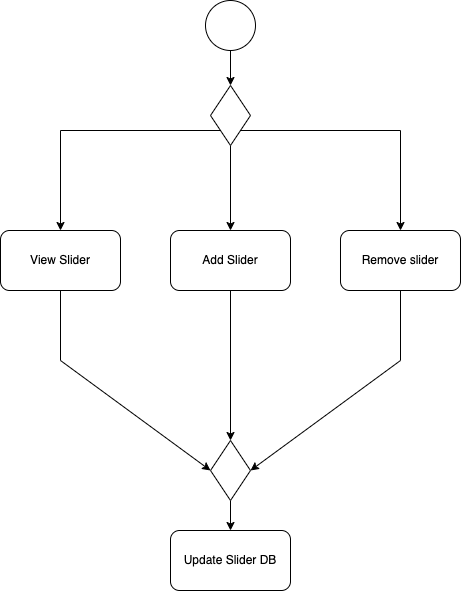
Above: drawio/activityDiagram/activityDiagram_werknemer.drawio.png in Naraquoth/nerdygadgets (draw.io), before the change. Source tidied: cells renumbered, new cells last; positions are measured from the earlier drawing's top-left corner, leaving out a move shared by most shapes. Its diagram source:
```xml
<mxGraphModel>
  <root>
    <mxCell id="0" />
    <mxCell id="1" parent="0" />
    <mxCell id="2" style="edgeStyle=none;html=1;" parent="1" edge="1" source="3" target="7">
      <mxGeometry relative="1" as="geometry" />
    </mxCell>
    <mxCell id="3" style="ellipse;whiteSpace=wrap;html=1;" parent="1" vertex="1">
      <mxGeometry x="205" width="50" height="50" as="geometry" />
    </mxCell>
    <mxCell id="4" style="edgeStyle=none;rounded=0;html=1;exitX=0.5;exitY=1;exitDx=0;exitDy=0;entryX=0.5;entryY=0;entryDx=0;entryDy=0;" parent="1" edge="1" source="7" target="9">
      <mxGeometry relative="1" as="geometry">
        <Array as="points">
          <mxPoint x="230" y="145" />
        </Array>
      </mxGeometry>
    </mxCell>
    <mxCell id="5" style="edgeStyle=none;rounded=0;html=1;exitX=1;exitY=1;exitDx=0;exitDy=0;entryX=0.5;entryY=0;entryDx=0;entryDy=0;" parent="1" edge="1" source="7" target="11">
      <mxGeometry relative="1" as="geometry">
        <Array as="points">
          <mxPoint x="400" y="130" />
        </Array>
      </mxGeometry>
    </mxCell>
    <mxCell id="6" style="edgeStyle=none;rounded=0;html=1;exitX=0;exitY=1;exitDx=0;exitDy=0;entryX=0.5;entryY=0;entryDx=0;entryDy=0;" parent="1" edge="1" source="7" target="16">
      <mxGeometry relative="1" as="geometry">
        <Array as="points">
          <mxPoint x="60" y="130" />
        </Array>
      </mxGeometry>
    </mxCell>
    <mxCell id="7" style="rhombus;whiteSpace=wrap;html=1;" parent="1" vertex="1">
      <mxGeometry x="210" y="85" width="40" height="60" as="geometry" />
    </mxCell>
    <mxCell id="8" style="edgeStyle=none;rounded=0;html=1;" parent="1" edge="1" source="9" target="13">
      <mxGeometry relative="1" as="geometry" />
    </mxCell>
    <mxCell id="9" value="Add Slider" style="whiteSpace=wrap;html=1;rounded=1;" parent="1" vertex="1">
      <mxGeometry x="170" y="230" width="120" height="60" as="geometry" />
    </mxCell>
    <mxCell id="10" style="edgeStyle=none;rounded=0;html=1;exitX=0.5;exitY=1;exitDx=0;exitDy=0;entryX=1;entryY=0.5;entryDx=0;entryDy=0;" parent="1" edge="1" source="11" target="13">
      <mxGeometry relative="1" as="geometry">
        <Array as="points">
          <mxPoint x="400" y="360" />
        </Array>
      </mxGeometry>
    </mxCell>
    <mxCell id="11" value="Remove slider" style="whiteSpace=wrap;html=1;rounded=1;" parent="1" vertex="1">
      <mxGeometry x="340" y="230" width="120" height="60" as="geometry" />
    </mxCell>
    <mxCell id="12" style="edgeStyle=none;rounded=0;html=1;" parent="1" edge="1" source="13" target="14">
      <mxGeometry relative="1" as="geometry" />
    </mxCell>
    <mxCell id="13" style="rhombus;whiteSpace=wrap;html=1;" parent="1" vertex="1">
      <mxGeometry x="210" y="440" width="40" height="60" as="geometry" />
    </mxCell>
    <mxCell id="14" value="Update Slider DB" style="rounded=1;whiteSpace=wrap;html=1;" parent="1" vertex="1">
      <mxGeometry x="170" y="530" width="120" height="60" as="geometry" />
    </mxCell>
    <mxCell id="15" style="edgeStyle=none;rounded=0;html=1;exitX=0.5;exitY=1;exitDx=0;exitDy=0;entryX=0;entryY=0.5;entryDx=0;entryDy=0;" parent="1" edge="1" source="16" target="13">
      <mxGeometry relative="1" as="geometry">
        <Array as="points">
          <mxPoint x="60" y="360" />
        </Array>
      </mxGeometry>
    </mxCell>
    <mxCell id="16" value="View Slider" style="rounded=1;whiteSpace=wrap;html=1;" parent="1" vertex="1">
      <mxGeometry y="230" width="120" height="60" as="geometry" />
    </mxCell>
  </root>
</mxGraphModel>
```
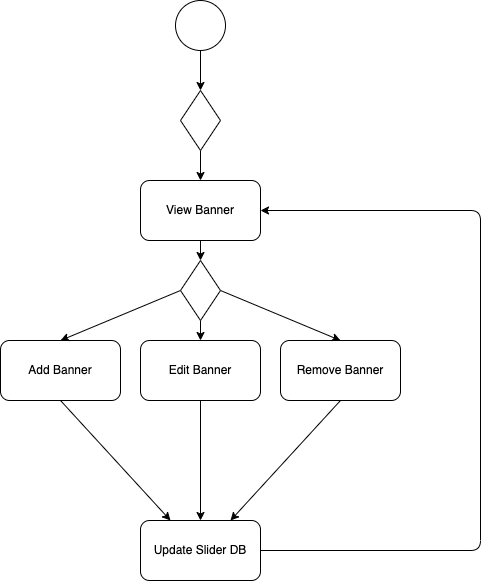
The same diagram one commit later.

Commit message:
activity diagram update

The edit, as a diff of the source:
```diff
@@ -6,66 +6,60 @@
       <mxGeometry relative="1" as="geometry" />
     </mxCell>
     <mxCell id="3" style="ellipse;whiteSpace=wrap;html=1;" parent="1" vertex="1">
-      <mxGeometry x="205" width="50" height="50" as="geometry" />
+      <mxGeometry x="195" width="50" height="50" as="geometry" />
     </mxCell>
-    <mxCell id="4" style="edgeStyle=none;rounded=0;html=1;exitX=0.5;exitY=1;exitDx=0;exitDy=0;entryX=0.5;entryY=0;entryDx=0;entryDy=0;" parent="1" edge="1" source="7" target="9">
-      <mxGeometry relative="1" as="geometry">
-        <Array as="points">
-          <mxPoint x="230" y="145" />
-        </Array>
-      </mxGeometry>
-    </mxCell>
-    <mxCell id="5" style="edgeStyle=none;rounded=0;html=1;exitX=1;exitY=1;exitDx=0;exitDy=0;entryX=0.5;entryY=0;entryDx=0;entryDy=0;" parent="1" edge="1" source="7" target="11">
-      <mxGeometry relative="1" as="geometry">
-        <Array as="points">
-          <mxPoint x="400" y="130" />
-        </Array>
-      </mxGeometry>
-    </mxCell>
+    <mxCell id="17" style="edgeStyle=none;html=1;exitX=0.5;exitY=1;exitDx=0;exitDy=0;entryX=0.5;entryY=0;entryDx=0;entryDy=0;" parent="1" edge="1" source="7" target="16">
+      <mxGeometry relative="1" as="geometry" />
+    </mxCell>
+    <mxCell id="7" style="rhombus;whiteSpace=wrap;html=1;" parent="1" vertex="1">
+      <mxGeometry x="200" y="90" width="40" height="60" as="geometry" />
+    </mxCell>
+    <mxCell id="18" style="edgeStyle=none;html=1;exitX=0.5;exitY=1;exitDx=0;exitDy=0;entryX=0.25;entryY=0;entryDx=0;entryDy=0;" parent="1" edge="1" source="9" target="14">
+      <mxGeometry relative="1" as="geometry" />
+    </mxCell>
+    <mxCell id="9" value="Add Banner" style="whiteSpace=wrap;html=1;rounded=1;" parent="1" vertex="1">
+      <mxGeometry x="20" y="340" width="120" height="60" as="geometry" />
+    </mxCell>
+    <mxCell id="19" style="edgeStyle=none;html=1;exitX=0.5;exitY=1;exitDx=0;exitDy=0;entryX=0.75;entryY=0;entryDx=0;entryDy=0;" parent="1" edge="1" source="11" target="14">
+      <mxGeometry relative="1" as="geometry" />
+    </mxCell>
+    <mxCell id="11" value="Remove Banner" style="whiteSpace=wrap;html=1;rounded=1;" parent="1" vertex="1">
+      <mxGeometry x="300" y="340" width="120" height="60" as="geometry" />
+    </mxCell>
+    <mxCell id="20" style="edgeStyle=none;html=1;exitX=1;exitY=0.5;exitDx=0;exitDy=0;entryX=1;entryY=0.5;entryDx=0;entryDy=0;" parent="1" edge="1" source="14" target="16">
+      <mxGeometry relative="1" as="geometry">
+        <Array as="points">
+          <mxPoint x="500" y="550" />
+          <mxPoint x="500" y="210" />
+        </Array>
+      </mxGeometry>
+    </mxCell>
+    <mxCell id="14" value="Update Slider DB" style="rounded=1;whiteSpace=wrap;html=1;" parent="1" vertex="1">
+      <mxGeometry x="160" y="520" width="120" height="60" as="geometry" />
+    </mxCell>
+    <mxCell id="21" style="edgeStyle=none;html=1;exitX=0.5;exitY=1;exitDx=0;exitDy=0;entryX=0.5;entryY=0;entryDx=0;entryDy=0;" parent="1" edge="1" source="16" target="6">
+      <mxGeometry relative="1" as="geometry" />
+    </mxCell>
+    <mxCell id="16" value="View Banner" style="rounded=1;whiteSpace=wrap;html=1;" parent="1" vertex="1">
+      <mxGeometry x="160" y="180" width="120" height="60" as="geometry" />
+    </mxCell>
+    <mxCell id="22" style="edgeStyle=none;html=1;exitX=0;exitY=0.5;exitDx=0;exitDy=0;entryX=0.5;entryY=0;entryDx=0;entryDy=0;" parent="1" edge="1" source="6" target="9">
+      <mxGeometry relative="1" as="geometry" />
+    </mxCell>
+    <mxCell id="23" style="edgeStyle=none;html=1;exitX=1;exitY=0.5;exitDx=0;exitDy=0;entryX=0.5;entryY=0;entryDx=0;entryDy=0;" parent="1" edge="1" source="6" target="11">
+      <mxGeometry relative="1" as="geometry" />
+    </mxCell>
+    <mxCell id="24" style="edgeStyle=none;html=1;exitX=0.5;exitY=1;exitDx=0;exitDy=0;entryX=0.5;entryY=0;entryDx=0;entryDy=0;" parent="1" edge="1" source="6" target="26">
+      <mxGeometry relative="1" as="geometry" />
+    </mxCell>
-    <mxCell id="6" style="edgeStyle=none;rounded=0;html=1;exitX=0;exitY=1;exitDx=0;exitDy=0;entryX=0.5;entryY=0;entryDx=0;entryDy=0;" parent="1" edge="1" source="7" target="16">
-      <mxGeometry relative="1" as="geometry">
-        <Array as="points">
-          <mxPoint x="60" y="130" />
-        </Array>
-      </mxGeometry>
+    <mxCell id="6" style="rhombus;whiteSpace=wrap;html=1;" parent="1" vertex="1">
+      <mxGeometry x="200" y="260" width="40" height="60" as="geometry" />
     </mxCell>
-    <mxCell id="7" style="rhombus;whiteSpace=wrap;html=1;" parent="1" vertex="1">
-      <mxGeometry x="210" y="85" width="40" height="60" as="geometry" />
-    </mxCell>
-    <mxCell id="8" style="edgeStyle=none;rounded=0;html=1;" parent="1" edge="1" source="9" target="13">
-      <mxGeometry relative="1" as="geometry" />
-    </mxCell>
-    <mxCell id="9" value="Add Slider" style="whiteSpace=wrap;html=1;rounded=1;" parent="1" vertex="1">
-      <mxGeometry x="170" y="230" width="120" height="60" as="geometry" />
-    </mxCell>
-    <mxCell id="10" style="edgeStyle=none;rounded=0;html=1;exitX=0.5;exitY=1;exitDx=0;exitDy=0;entryX=1;entryY=0.5;entryDx=0;entryDy=0;" parent="1" edge="1" source="11" target="13">
-      <mxGeometry relative="1" as="geometry">
-        <Array as="points">
-          <mxPoint x="400" y="360" />
-        </Array>
-      </mxGeometry>
-    </mxCell>
-    <mxCell id="11" value="Remove slider" style="whiteSpace=wrap;html=1;rounded=1;" parent="1" vertex="1">
-      <mxGeometry x="340" y="230" width="120" height="60" as="geometry" />
-    </mxCell>
-    <mxCell id="12" style="edgeStyle=none;rounded=0;html=1;" parent="1" edge="1" source="13" target="14">
-      <mxGeometry relative="1" as="geometry" />
-    </mxCell>
-    <mxCell id="13" style="rhombus;whiteSpace=wrap;html=1;" parent="1" vertex="1">
-      <mxGeometry x="210" y="440" width="40" height="60" as="geometry" />
-    </mxCell>
-    <mxCell id="14" value="Update Slider DB" style="rounded=1;whiteSpace=wrap;html=1;" parent="1" vertex="1">
-      <mxGeometry x="170" y="530" width="120" height="60" as="geometry" />
-    </mxCell>
-    <mxCell id="15" style="edgeStyle=none;rounded=0;html=1;exitX=0.5;exitY=1;exitDx=0;exitDy=0;entryX=0;entryY=0.5;entryDx=0;entryDy=0;" parent="1" edge="1" source="16" target="13">
-      <mxGeometry relative="1" as="geometry">
-        <Array as="points">
-          <mxPoint x="60" y="360" />
-        </Array>
-      </mxGeometry>
-    </mxCell>
-    <mxCell id="16" value="View Slider" style="rounded=1;whiteSpace=wrap;html=1;" parent="1" vertex="1">
-      <mxGeometry y="230" width="120" height="60" as="geometry" />
-    </mxCell>
+    <mxCell id="25" style="edgeStyle=none;html=1;exitX=0.5;exitY=1;exitDx=0;exitDy=0;entryX=0.5;entryY=0;entryDx=0;entryDy=0;" parent="1" edge="1" source="26" target="14">
+      <mxGeometry relative="1" as="geometry" />
+    </mxCell>
+    <mxCell id="26" value="Edit Banner" style="whiteSpace=wrap;html=1;rounded=1;" parent="1" vertex="1">
+      <mxGeometry x="160" y="340" width="120" height="60" as="geometry" />
+    </mxCell>
   </root>
 </mxGraphModel>
```
